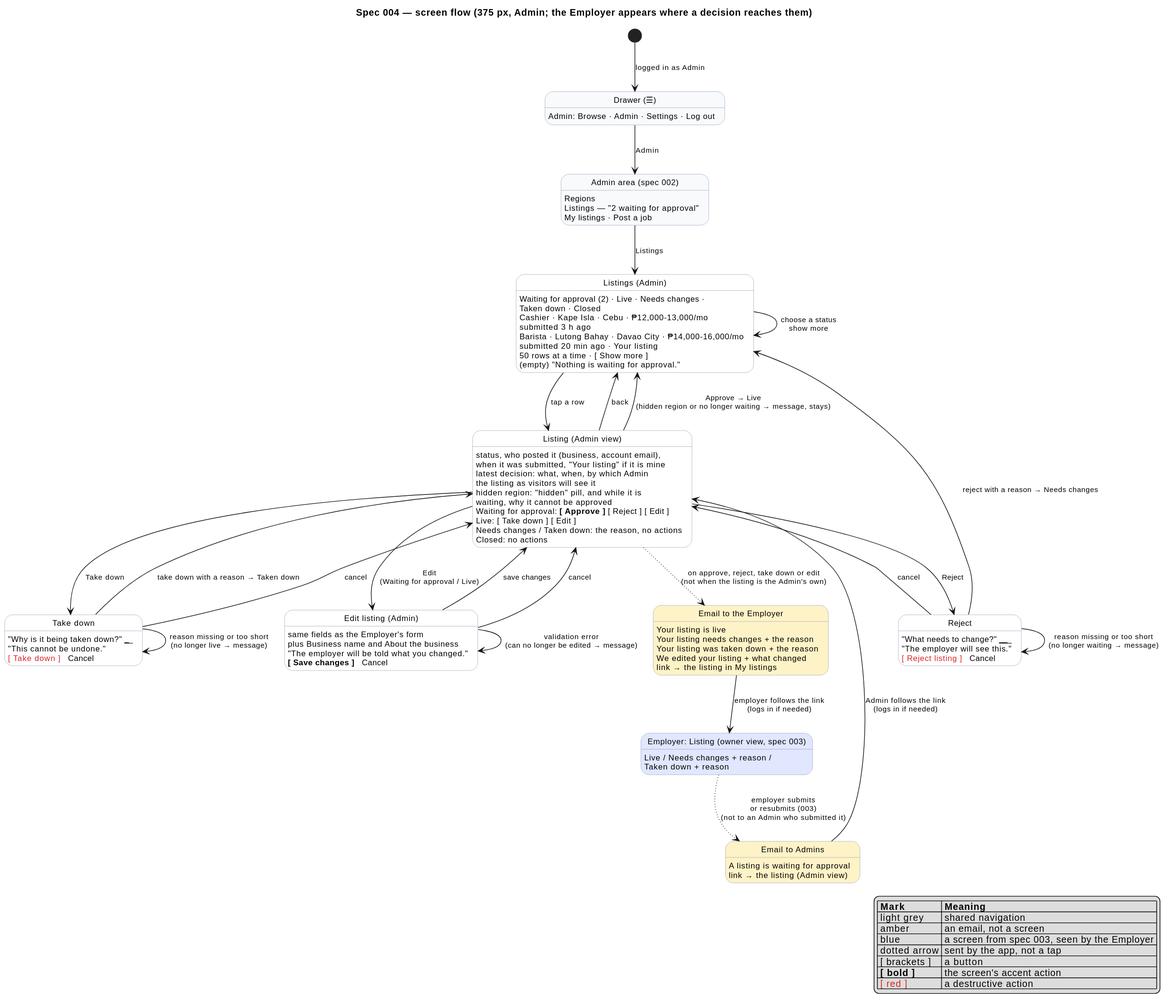
This is docs/specs/004-listings-admin-moderation/diagrams/screenflow-moderation.svg from raseniero/jairojobs-elixir, a PlantUML export, as it was before one commit.
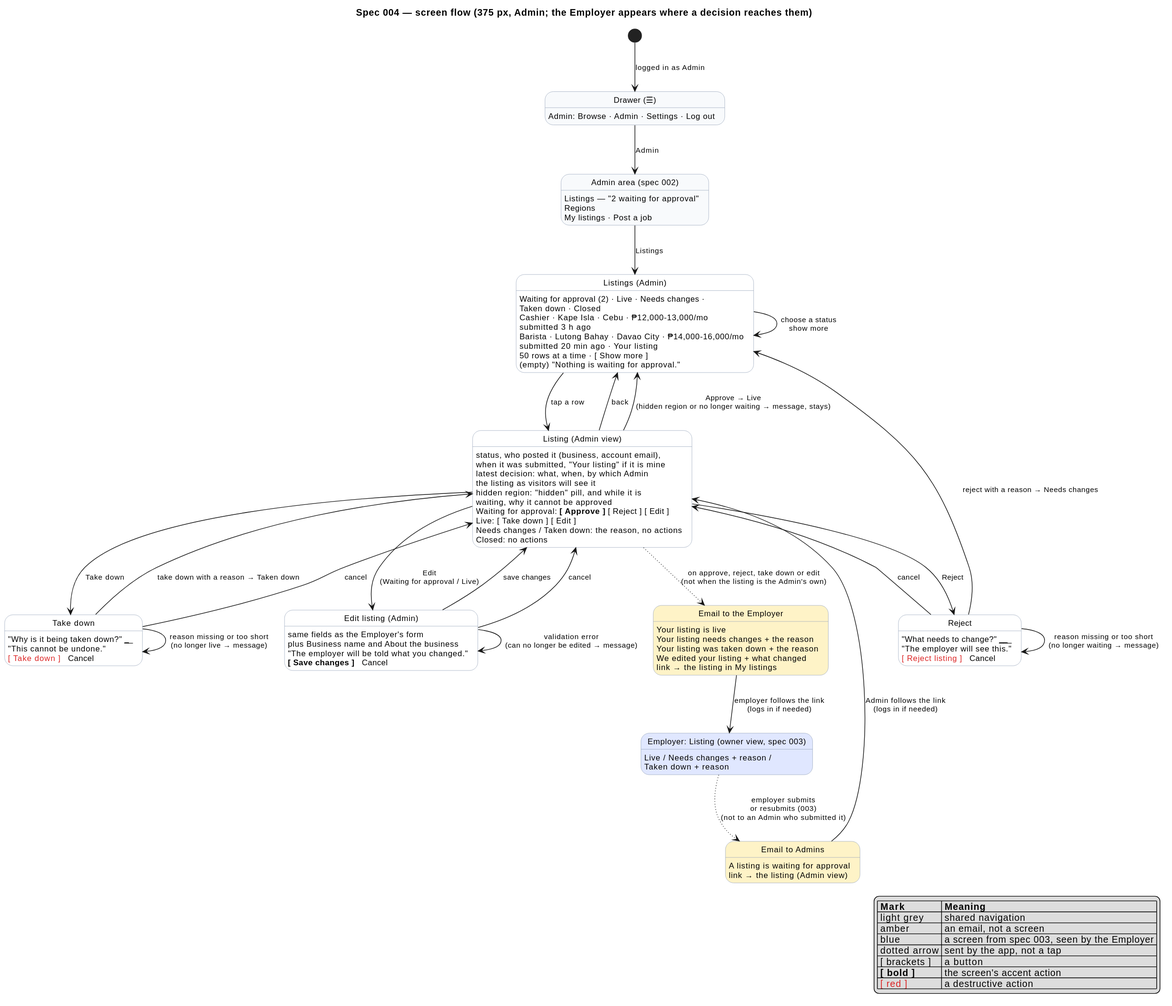
Later version of the same file.

Commit message:
docs(spec 004): plan decisions confirmed; Listings is the first row of the Admin area

Diff of the diagram source:
```diff
@@ -17,8 +17,8 @@
 Drawer : Admin: Browse · Admin · Settings · Log out
 
 state "Admin area (spec 002)" as AdminArea <<public>>
+AdminArea : Listings — "2 waiting for approval"
 AdminArea : Regions
-AdminArea : Listings — "2 waiting for approval"
 AdminArea : My listings · Post a job
 
 state "Listings (Admin)" as Listings
```
